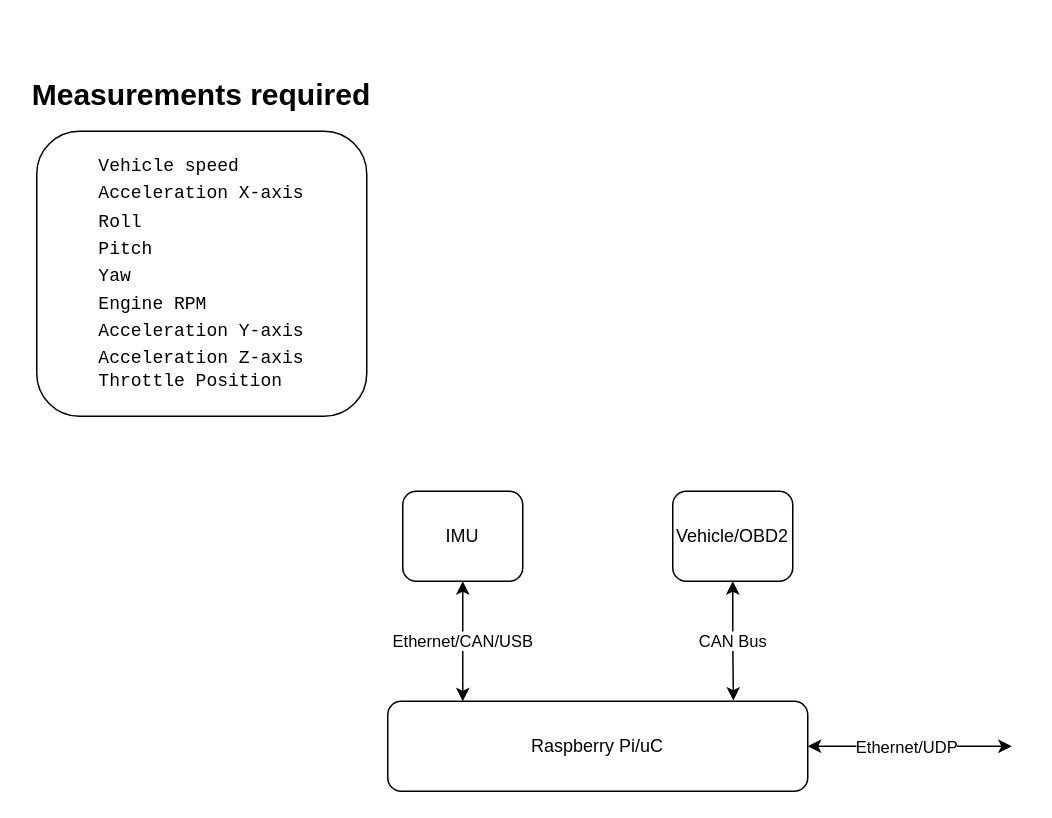
Earlier version of the draw.io diagram page "VPII" (2 of 4) of GNSS Datalogger Blockdiagram.drawio (torejohansson97/tightly-coupled-gnss-data-logger). Source tidied: cells renumbered, new cells numbered last; positions are measured from the earlier drawing's top-left corner, leaving out a move shared by most shapes. Both pictures are drawn from the tidied source at 150%, with x=0, y=0 at pixel (26, 26).
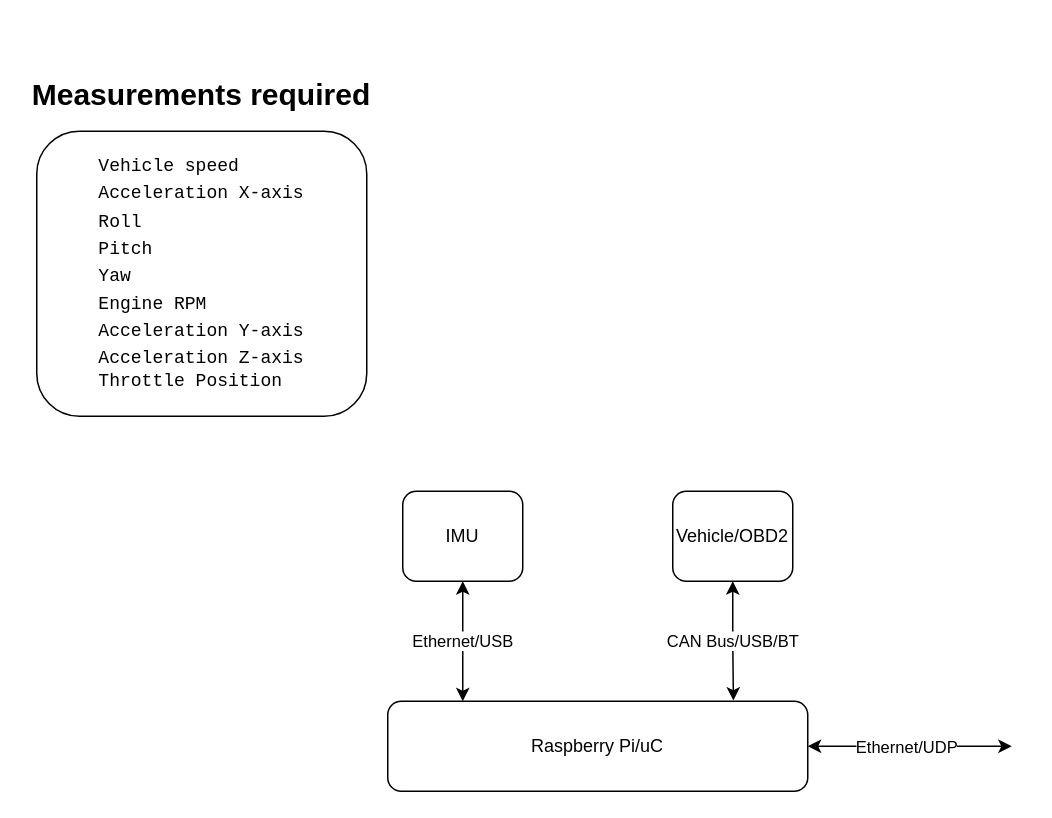
Above is the later version.

Commit message:
Updated communication protocol in VPII

Diff of the diagram source:
```diff
@@
 <mxGraphModel>
   <root>
     <mxCell id="0" />
     <mxCell id="1" parent="0" />
     <mxCell id="2" value="&lt;b&gt;&lt;font style=&quot;font-size: 20px;&quot;&gt;Measurements required&lt;/font&gt;&lt;/b&gt;" style="text;html=1;strokeColor=none;fillColor=none;align=center;verticalAlign=middle;whiteSpace=wrap;rounded=0;" parent="1" vertex="1">
       <mxGeometry width="234" height="90" as="geometry" />
     </mxCell>
     <mxCell id="3" value="&lt;pre style=&quot;font-size: 12px; text-align: start;&quot;&gt;&lt;table&gt;&lt;tbody&gt;&lt;tr&gt;&lt;td&gt;Vehicle speed&lt;/td&gt;&lt;/tr&gt;&lt;tr&gt;&lt;td&gt;Acceleration X-axis&lt;/td&gt;&lt;/tr&gt;&lt;tr&gt;&lt;td&gt;Roll&lt;/td&gt;&lt;/tr&gt;&lt;tr&gt;&lt;td&gt;Pitch&lt;/td&gt;&lt;/tr&gt;&lt;tr&gt;&lt;td&gt;Yaw&lt;/td&gt;&lt;/tr&gt;&lt;tr&gt;&lt;td&gt;Engine RPM&lt;/td&gt;&lt;/tr&gt;&lt;tr&gt;&lt;td&gt;Acceleration Y-axis&lt;/td&gt;&lt;/tr&gt;&lt;tr&gt;&lt;td&gt;Acceleration Z-axis&lt;br/&gt;Throttle Position&lt;/td&gt;&lt;/tr&gt;&lt;/tbody&gt;&lt;/table&gt;&lt;/pre&gt;" style="rounded=1;whiteSpace=wrap;html=1;fontSize=20;" parent="1" vertex="1">
       <mxGeometry x="7" y="70" width="220" height="190" as="geometry" />
     </mxCell>
-    <mxCell id="4" value="CAN Bus" style="edgeStyle=orthogonalEdgeStyle;rounded=0;jettySize=auto;html=1;exitX=0.5;exitY=1;exitDx=0;exitDy=0;entryX=0.823;entryY=-0.007;entryDx=0;entryDy=0;entryPerimeter=0;fontSize=11;startArrow=classic;startFill=1;" parent="1" edge="1" source="5" target="10">
+    <mxCell id="4" value="CAN Bus/USB/BT" style="edgeStyle=orthogonalEdgeStyle;rounded=0;jettySize=auto;html=1;exitX=0.5;exitY=1;exitDx=0;exitDy=0;entryX=0.823;entryY=-0.007;entryDx=0;entryDy=0;entryPerimeter=0;fontSize=11;startArrow=classic;startFill=1;" parent="1" edge="1" source="5" target="10">
       <mxGeometry relative="1" as="geometry" />
     </mxCell>
     <mxCell id="5" value="Vehicle/OBD2" style="rounded=1;whiteSpace=wrap;html=1;" parent="1" vertex="1">
       <mxGeometry x="431" y="310" width="80" height="60" as="geometry" />
     </mxCell>
-    <mxCell id="6" value="Ethernet/CAN/USB" style="edgeStyle=orthogonalEdgeStyle;rounded=0;jettySize=auto;html=1;exitX=0.5;exitY=1;exitDx=0;exitDy=0;fontSize=11;startArrow=classic;startFill=1;" parent="1" edge="1" source="7">
+    <mxCell id="6" value="&lt;div&gt;Ethernet/USB&lt;/div&gt;" style="edgeStyle=orthogonalEdgeStyle;rounded=0;jettySize=auto;html=1;exitX=0.5;exitY=1;exitDx=0;exitDy=0;fontSize=11;startArrow=classic;startFill=1;" parent="1" edge="1" source="7">
       <mxGeometry relative="1" as="geometry">
         <mxPoint x="291" y="450" as="targetPoint" />
       </mxGeometry>
     </mxCell>
     <mxCell id="7" value="IMU" style="rounded=1;whiteSpace=wrap;html=1;" parent="1" vertex="1">
       <mxGeometry x="251" y="310" width="80" height="60" as="geometry" />
     </mxCell>
     <mxCell id="8" style="edgeStyle=orthogonalEdgeStyle;rounded=0;jettySize=auto;html=1;exitX=1;exitY=0.5;exitDx=0;exitDy=0;startArrow=classic;startFill=1;" parent="1" edge="1" source="10">
       <mxGeometry relative="1" as="geometry">
         <mxPoint x="657" y="480" as="targetPoint" />
       </mxGeometry>
     </mxCell>
     <mxCell id="9" value="Ethernet/UDP" style="edgeLabel;html=1;align=center;verticalAlign=middle;" parent="8" vertex="1">
       <mxGeometry x="0.25" y="2" relative="1" as="geometry">
         <mxPoint x="-19" y="2" as="offset" />
       </mxGeometry>
     </mxCell>
     <mxCell id="10" value="Raspberry Pi/uC" style="rounded=1;whiteSpace=wrap;html=1;" parent="1" vertex="1">
       <mxGeometry x="241" y="450" width="280" height="60" as="geometry" />
     </mxCell>
   </root>
 </mxGraphModel>
```
